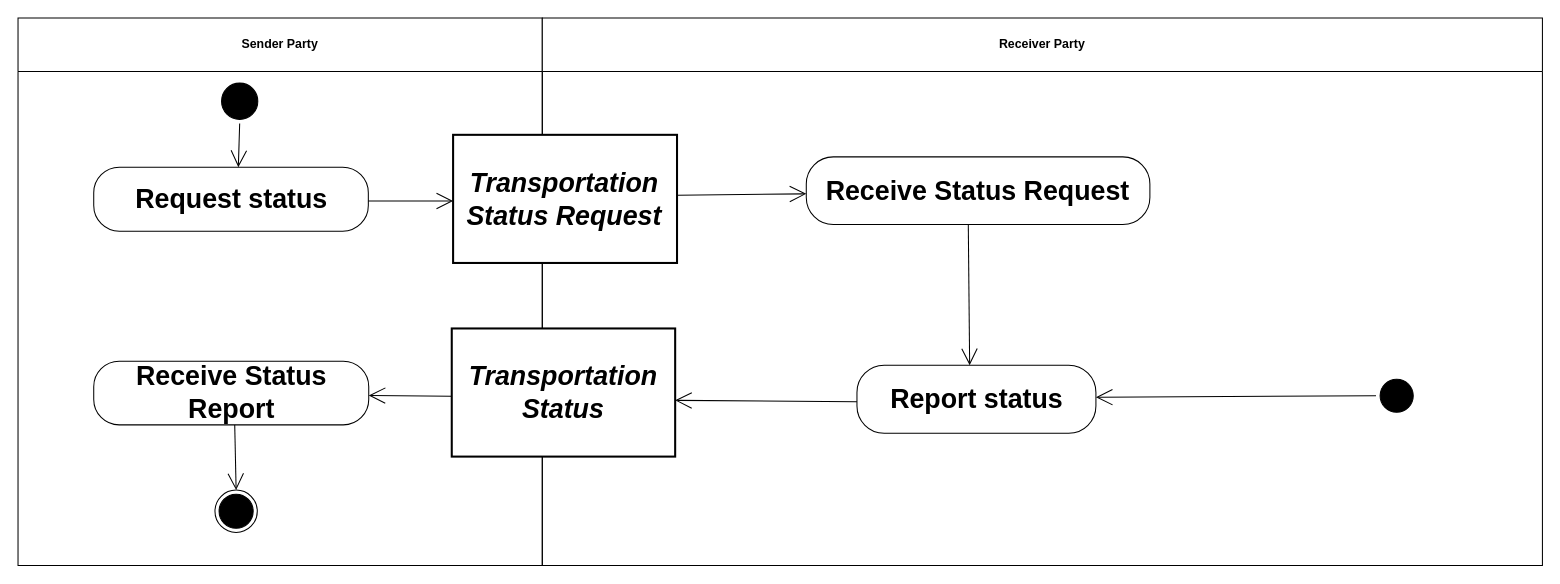
Above: diagrams/UBL-2.2-FreightStatusReporting/UBL-2.2-FreightStatusReporting.drawio in kduvekot/ubl-work-on-svg-images (draw.io), before the change. Source tidied: cells renumbered, new cells numbered last; positions are measured from the earlier drawing's top-left corner, leaving out a move shared by most shapes. Both pictures are drawn from the tidied source at 103%, with x=0, y=0 at pixel (18, 18).
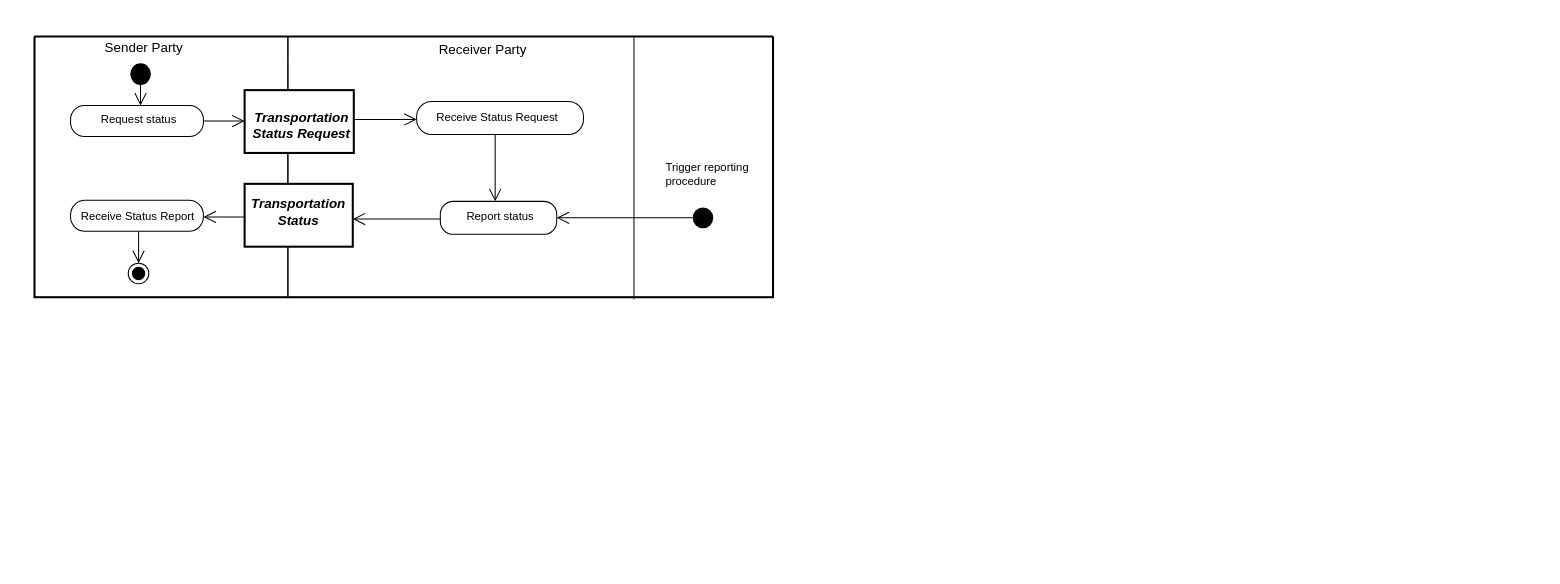
The same diagram, later.

Change to the diagram source:
```diff
@@
+    <mxCell id="21" style="swimlane;html=1;startSize=0;whiteSpace=wrap;fillColor=none;strokeWidth=2;" parent="1" vertex="1">
+      <mxGeometry x="16" y="18" width="717" height="253" as="geometry" />
+    </mxCell>
-    <mxCell id="2" value="Sender Party" style="swimlane;whiteSpace=wrap;html=1;startSize=52;" parent="1" vertex="1">
-      <mxGeometry width="509" height="531.5" as="geometry" />
+    <mxCell id="2" value="Sender Party" style="swimlane;horizontal=1;startSize=19;swimlaneLine=0;html=1;fillColor=none;fontSize=13;fontStyle=0;spacing=0;spacingRight=34;" parent="21" vertex="1">
+      <mxGeometry width="246" height="253" as="geometry" />
     </mxCell>
-    <mxCell id="3" value="Receiver Party" style="swimlane;whiteSpace=wrap;html=1;startSize=52;" parent="1" vertex="1">
-      <mxGeometry x="509" width="971" height="531.5" as="geometry" />
+    <mxCell id="3" value="Receiver Party" style="swimlane;horizontal=1;startSize=23;swimlaneLine=0;html=1;fillColor=none;fontSize=13;fontStyle=0;spacing=0;spacingRight=94;" parent="21" vertex="1">
+      <mxGeometry x="246" width="471" height="253" as="geometry" />
     </mxCell>
+    <mxCell id="22" style="shape=line;direction=south;html=1;" parent="3" vertex="1">
+      <mxGeometry x="331" y="1" width="10" height="254" as="geometry" />
+    </mxCell>
-    <mxCell id="4" style="ellipse;html=1;shape=startState;fillColor=#000000;strokeColor=#000000;fontFamily=Helvetica;fontSize=26;" parent="1" vertex="1">
-      <mxGeometry x="193.6" y="59.2" width="43.2" height="43.2" as="geometry" />
+    <mxCell id="4" style="ellipse;shape=startState;fillColor=#000000;strokeColor=none;html=1;" parent="2" vertex="1">
+      <mxGeometry x="89" y="22" width="28" height="29" as="geometry" />
     </mxCell>
-    <mxCell id="5" value="Transportation Status Request" style="rounded=0;whiteSpace=wrap;html=1;fontStyle=3;strokeWidth=2;fontFamily=Helvetica;fontSize=26;" parent="1" vertex="1">
-      <mxGeometry x="422.4" y="113.4" width="217.4" height="124.4" as="geometry" />
+    <mxCell id="5" value="Transportation&lt;br&gt;Status Request" style="rounded=0;html=1;whiteSpace=nowrap;fontSize=13;fontStyle=3;align=center;verticalAlign=middle;spacing=0;spacingLeft=4;spacingTop=6;strokeWidth=2;" parent="3" vertex="1">
+      <mxGeometry x="-42" y="52" width="106" height="61" as="geometry" />
     </mxCell>
-    <mxCell id="6" value="Receive Status Request" style="rounded=1;arcSize=40;whiteSpace=wrap;html=1;fontStyle=1;fontFamily=Helvetica;fontSize=26;" parent="1" vertex="1">
-      <mxGeometry x="765.3" y="134.8" width="333.6" height="65.7" as="geometry" />
+    <mxCell id="6" value="Receive Status Request" style="rounded=1;absoluteArcSize=1;arcSize=29;html=1;whiteSpace=nowrap;fontSize=11;fontStyle=0;align=center;verticalAlign=middle;spacing=0;spacingRight=6;spacingBottom=2;" parent="3" vertex="1">
+      <mxGeometry x="125" y="63" width="162" height="32" as="geometry" />
     </mxCell>
-    <mxCell id="7" value="Request status" style="rounded=1;arcSize=40;whiteSpace=wrap;html=1;fontStyle=1;fontFamily=Helvetica;fontSize=26;" parent="1" vertex="1">
-      <mxGeometry x="73.5" y="144.8" width="266.6" height="62.2" as="geometry" />
+    <mxCell id="7" value="Request status" style="rounded=1;absoluteArcSize=1;arcSize=27;html=1;whiteSpace=nowrap;fontSize=11;fontStyle=0;align=center;verticalAlign=middle;spacing=0;spacingLeft=2;spacingBottom=4;" parent="2" vertex="1">
+      <mxGeometry x="35" y="67" width="129" height="30" as="geometry" />
     </mxCell>
-    <mxCell id="8" value="Transportation Status" style="rounded=0;whiteSpace=wrap;html=1;fontStyle=3;strokeWidth=2;fontFamily=Helvetica;fontSize=26;" parent="1" vertex="1">
-      <mxGeometry x="421.1" y="301.4" width="216.9" height="124.4" as="geometry" />
+    <mxCell id="8" value="Transportation&lt;br&gt;Status" style="rounded=0;html=1;whiteSpace=nowrap;fontSize=13;fontStyle=3;align=center;verticalAlign=middle;spacing=0;spacingRight=2;spacingBottom=8;strokeWidth=2;" parent="3" vertex="1">
+      <mxGeometry x="-42" y="143" width="105" height="61" as="geometry" />
     </mxCell>
-    <mxCell id="9" value="Receive Status Report" style="rounded=1;arcSize=40;whiteSpace=wrap;html=1;fontStyle=1;fontFamily=Helvetica;fontSize=26;" parent="1" vertex="1">
-      <mxGeometry x="73.5" y="333.2" width="267" height="61.8" as="geometry" />
+    <mxCell id="9" value="Receive Status Report" style="rounded=1;absoluteArcSize=1;arcSize=28;html=1;whiteSpace=nowrap;fontSize=11;fontStyle=0;align=center;verticalAlign=middle;spacing=0;spacingLeft=1;spacingTop=1;" parent="2" vertex="1">
+      <mxGeometry x="35" y="159" width="129" height="30" as="geometry" />
     </mxCell>
-    <mxCell id="10" value="Report status" style="rounded=1;arcSize=40;whiteSpace=wrap;html=1;fontStyle=1;fontFamily=Helvetica;fontSize=26;" parent="1" vertex="1">
-      <mxGeometry x="814.5" y="337.1" width="232" height="66.1" as="geometry" />
+    <mxCell id="10" value="Report status" style="rounded=1;absoluteArcSize=1;arcSize=25;html=1;whiteSpace=nowrap;fontSize=11;fontStyle=0;align=center;verticalAlign=middle;spacing=0;spacingLeft=3;spacingBottom=2;" parent="3" vertex="1">
+      <mxGeometry x="148" y="160" width="113" height="32" as="geometry" />
     </mxCell>
-    <mxCell id="11" style="ellipse;html=1;shape=startState;fillColor=#000000;strokeColor=#000000;fontFamily=Helvetica;fontSize=26;" parent="1" vertex="1">
-      <mxGeometry x="1318.4" y="346.6" width="40.2" height="40.2" as="geometry" />
+    <mxCell id="11" value="Trigger reporting&lt;br&gt;procedure" style="ellipse;shape=startState;fillColor=#000000;strokeColor=none;html=1;whiteSpace=nowrap;fontSize=11;fontStyle=0;align=left;verticalAlign=middle;spacing=0;spacingLeft=-26;spacingBottom=84;" parent="3" vertex="1">
+      <mxGeometry x="389" y="162" width="28" height="28" as="geometry" />
     </mxCell>
-    <mxCell id="12" style="ellipse;html=1;shape=endState;fillColor=#000000;strokeColor=#000000;fontFamily=Helvetica;fontSize=26;" parent="1" vertex="1">
-      <mxGeometry x="191.2" y="458.3" width="41.1" height="41.1" as="geometry" />
+    <mxCell id="12" style="ellipse;shape=endState;fillColor=#000000;html=1;" parent="2" vertex="1">
+      <mxGeometry x="91" y="220" width="20" height="20" as="geometry" />
     </mxCell>
-    <mxCell id="13" style="edgeStyle=none;rounded=0;html=1;endArrow=open;endFill=0;endSize=14;exitX=0.5;exitY=1.0;entryX=0.5266;entryY=0.0;" parent="1" edge="1" source="4" target="7">
+    <mxCell id="13" style="edgeStyle=none;rounded=0;html=1;endArrow=open;endFill=0;endSize=10;exitPerimeter=0;entryX=0.5266;entryY=0;entryPerimeter=0;exitX=0.49755;exitY=0.8621;" parent="2" edge="1" source="4" target="7">
       <mxGeometry relative="1" as="geometry" />
     </mxCell>
-    <mxCell id="14" style="edgeStyle=none;rounded=0;html=1;endArrow=open;endFill=0;endSize=14;exitX=1.0;exitY=0.4711;entryX=0.0;entryY=0.5464;" parent="1" edge="1" source="5" target="6">
+    <mxCell id="14" style="edgeStyle=none;rounded=0;html=1;endArrow=open;endFill=0;endSize=10;exitPerimeter=0;entryX=0;entryY=0.5455;entryPerimeter=0;exitX=1;exitY=0.466492;" parent="3" edge="1" source="5" target="6">
       <mxGeometry relative="1" as="geometry" />
     </mxCell>
-    <mxCell id="15" style="edgeStyle=none;rounded=0;html=1;endArrow=open;endFill=0;endSize=14;exitX=1.0;exitY=0.5273;entryX=0.0;entryY=0.5161;" parent="1" edge="1" source="7" target="5">
+    <mxCell id="15" style="edgeStyle=none;rounded=0;html=1;endArrow=open;endFill=0;endSize=10;exitX=1;exitY=0.5;exitPerimeter=0;entryPerimeter=0;entryX=0;entryY=0.491803;" parent="21" edge="1" source="7" target="5">
       <mxGeometry relative="1" as="geometry" />
     </mxCell>
-    <mxCell id="16" style="edgeStyle=none;rounded=0;html=1;endArrow=open;endFill=0;endSize=14;exitX=0.4715;exitY=1.0;entryX=0.4716;entryY=0.0;" parent="1" edge="1" source="6" target="10">
+    <mxCell id="16" style="edgeStyle=none;rounded=0;html=1;endArrow=open;endFill=0;endSize=10;exitPerimeter=0;entryX=0.4712;entryY=0;entryPerimeter=0;exitX=0.470652;exitY=1;" parent="3" edge="1" source="6" target="10">
       <mxGeometry relative="1" as="geometry" />
     </mxCell>
-    <mxCell id="17" style="edgeStyle=none;rounded=0;html=1;endArrow=open;endFill=0;endSize=14;exitX=0.0;exitY=0.5297;entryX=1.0;entryY=0.5372;" parent="1" edge="1" source="8" target="9">
+    <mxCell id="17" style="edgeStyle=none;rounded=0;html=1;endArrow=open;endFill=0;endSize=10;exitPerimeter=0;entryX=1;entryY=0.5367;entryPerimeter=0;exitX=0;exitY=0.526246;" parent="21" edge="1" source="8" target="9">
       <mxGeometry relative="1" as="geometry" />
     </mxCell>
-    <mxCell id="18" style="edgeStyle=none;rounded=0;html=1;endArrow=open;endFill=0;endSize=14;exitX=0.0;exitY=0.505;entryX=1.0;entryY=0.4705;" parent="1" edge="1" source="11" target="10">
+    <mxCell id="18" style="edgeStyle=none;rounded=0;html=1;endArrow=open;endFill=0;endSize=10;exitPerimeter=0;entryX=1;entryY=0.5;entryPerimeter=0;exitX=0.1455;exitY=0.5;" parent="3" edge="1" source="11" target="10">
       <mxGeometry relative="1" as="geometry" />
     </mxCell>
-    <mxCell id="19" style="edgeStyle=none;rounded=0;html=1;endArrow=open;endFill=0;endSize=14;exitX=0.0;exitY=0.5356;entryX=1.0;entryY=0.5611;" parent="1" edge="1" source="10" target="8">
+    <mxCell id="19" style="edgeStyle=none;rounded=0;html=1;endArrow=open;endFill=0;endSize=10;exitPerimeter=0;entryX=1;entryY=0.5603;entryPerimeter=0;exitX=0;exitY=0.536822;" parent="3" edge="1" source="10" target="8">
       <mxGeometry relative="1" as="geometry" />
     </mxCell>
-    <mxCell id="20" style="edgeStyle=none;rounded=0;html=1;endArrow=open;endFill=0;endSize=14;exitX=0.5127;exitY=1.0;entryX=0.4988;entryY=0.0;" parent="1" edge="1" source="9" target="12">
+    <mxCell id="20" style="edgeStyle=none;rounded=0;html=1;endArrow=open;endFill=0;endSize=10;exitPerimeter=0;entryX=0.5025;entryY=0;entryPerimeter=0;exitX=0.512016;exitY=1;" parent="2" edge="1" source="9" target="12">
       <mxGeometry relative="1" as="geometry" />
     </mxCell>
```
